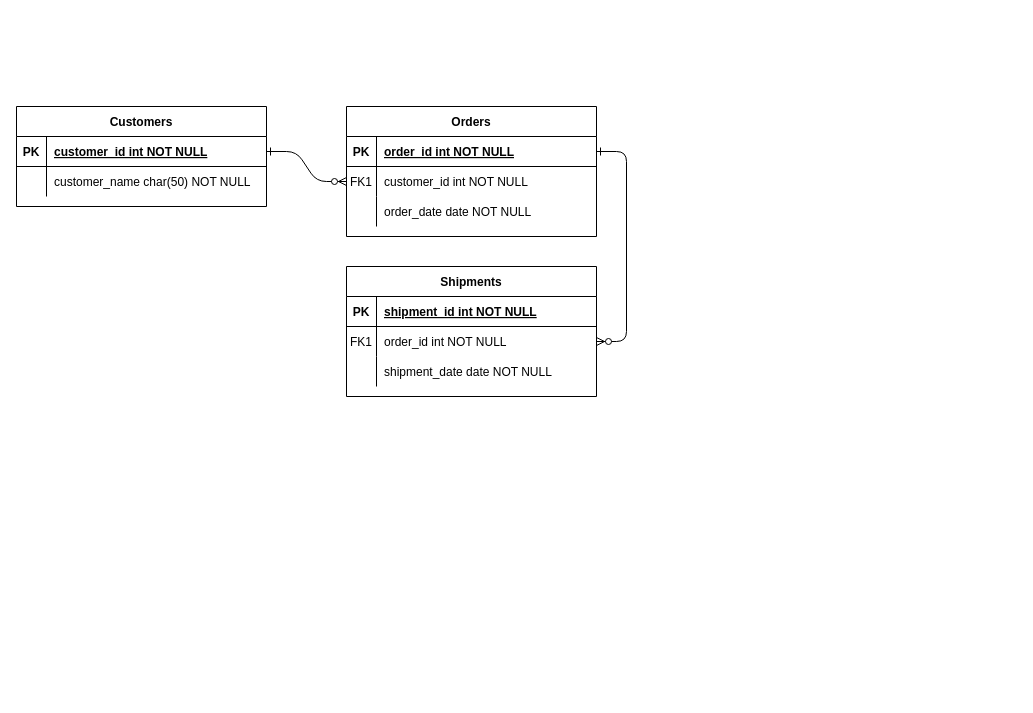
kawanji01/SandBox keeps this draw.io diagram as 名称未設定ファイル.drawio. Above is the earlier version. Source tidied: cells renumbered, new cells numbered last; positions are measured from the earlier drawing's top-left corner, leaving out a move shared by most shapes. Both pictures are drawn from the tidied source at 100%, with x=0, y=0 at pixel (16, 106).
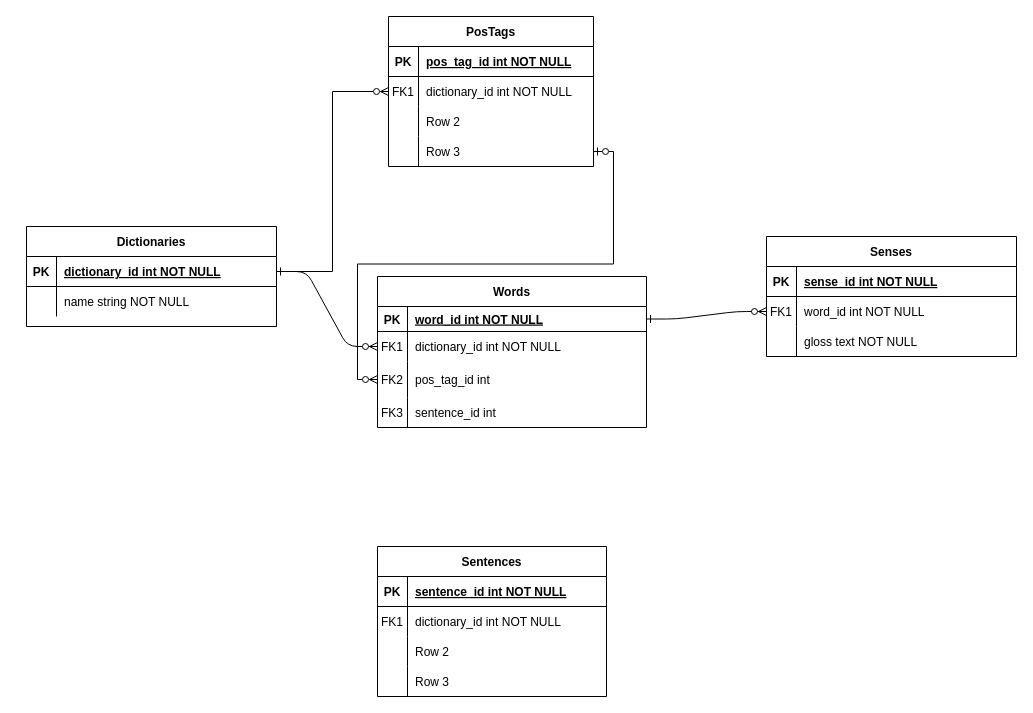
The same page after the edit.

Commit message:
名称未設定ファイル.drawio を更新します

The change refers to these unchanged cells:
```xml
<mxCell id="15" style="shape=partialRectangle;fillColor=none;top=0;left=0;right=0;bottom=1;" parent="14" vertex="1">
  <mxGeometry y="30" width="250" height="30" as="geometry" />
</mxCell>
<mxCell id="18" style="shape=partialRectangle;fillColor=none;points=[[0,0.5],[1,0.5]];portConstraint=eastwest;top=0;left=0;right=0;bottom=0;" parent="14" vertex="1">
  <mxGeometry y="60" width="250" height="30" as="geometry" />
</mxCell>
<mxCell id="21" style="shape=partialRectangle;fillColor=none;top=0;left=0;right=0;bottom=0;" parent="14" vertex="1">
  <mxGeometry y="90" width="250" height="30" as="geometry" />
</mxCell>
<mxCell id="25" style="shape=partialRectangle;fillColor=none;points=[[0,0.5],[1,0.5]];portConstraint=eastwest;top=0;left=0;right=0;bottom=1;" parent="24" vertex="1">
  <mxGeometry y="30" width="250" height="30" as="geometry" />
</mxCell>
<mxCell id="28" style="shape=partialRectangle;fillColor=none;top=0;left=0;right=0;bottom=0;" parent="24" vertex="1">
  <mxGeometry y="60" width="250" height="30" as="geometry" />
</mxCell>
```

Change to the diagram source:
```diff
@@
-    <mxCell id="4" value="Orders" style="shape=table;startSize=30;childLayout=tableLayout;rowLines=0;fontStyle=1;align=center;" parent="1" vertex="1">
-      <mxGeometry x="330" width="250" height="130" as="geometry" />
+    <mxCell id="4" value="Words" style="shape=table;startSize=30;childLayout=tableLayout;rowLines=0;fontStyle=1;align=center;" parent="1" vertex="1">
+      <mxGeometry x="361" y="170" width="269" height="151" as="geometry" />
     </mxCell>
     <mxCell id="5" style="shape=partialRectangle;fillColor=none;points=[[0,0.5],[1,0.5]];portConstraint=eastwest;top=0;left=0;right=0;bottom=1;" parent="4" vertex="1">
-      <mxGeometry y="30" width="250" height="30" as="geometry" />
+      <mxGeometry y="30" width="269" height="25" as="geometry" />
     </mxCell>
     <mxCell id="6" value="PK" style="shape=partialRectangle;overflow=hidden;fillColor=none;top=0;left=0;bottom=0;right=0;fontStyle=1;" parent="5" vertex="1">
-      <mxGeometry width="30" height="30" as="geometry" />
+      <mxGeometry width="30" height="25" as="geometry" />
     </mxCell>
-    <mxCell id="7" value="order_id int NOT NULL " style="shape=partialRectangle;overflow=hidden;fillColor=none;top=0;left=0;bottom=0;right=0;align=left;spacingLeft=6;fontStyle=5;" parent="5" vertex="1">
-      <mxGeometry x="30" width="220" height="30" as="geometry" />
+    <mxCell id="7" value="word_id int NOT NULL " style="shape=partialRectangle;overflow=hidden;fillColor=none;top=0;left=0;bottom=0;right=0;align=left;spacingLeft=6;fontStyle=5;" parent="5" vertex="1">
+      <mxGeometry x="30" width="239" height="25" as="geometry" />
     </mxCell>
     <mxCell id="8" style="shape=partialRectangle;fillColor=none;points=[[0,0.5],[1,0.5]];portConstraint=eastwest;top=0;left=0;right=0;bottom=0;" parent="4" vertex="1">
-      <mxGeometry y="60" width="250" height="30" as="geometry" />
+      <mxGeometry y="55" width="269" height="30" as="geometry" />
     </mxCell>
@@
-    <mxCell id="10" value="customer_id int NOT NULL" style="shape=partialRectangle;overflow=hidden;fillColor=none;top=0;left=0;bottom=0;right=0;align=left;spacingLeft=6;" parent="8" vertex="1">
-      <mxGeometry x="30" width="220" height="30" as="geometry" />
+    <mxCell id="10" value="dictionary_id int NOT NULL" style="shape=partialRectangle;overflow=hidden;fillColor=none;top=0;left=0;bottom=0;right=0;align=left;spacingLeft=6;" parent="8" vertex="1">
+      <mxGeometry x="30" width="239" height="30" as="geometry" />
     </mxCell>
     <mxCell id="11" style="shape=partialRectangle;fillColor=none;points=[[0,0.5],[1,0.5]];portConstraint=eastwest;top=0;left=0;right=0;bottom=0;" parent="4" vertex="1">
-      <mxGeometry y="90" width="250" height="30" as="geometry" />
+      <mxGeometry y="85" width="269" height="36" as="geometry" />
     </mxCell>
-    <mxCell id="12" style="shape=partialRectangle;overflow=hidden;fillColor=none;top=0;left=0;bottom=0;right=0;" parent="11" vertex="1">
-      <mxGeometry width="30" height="30" as="geometry" />
+    <mxCell id="12" value="FK2" style="shape=partialRectangle;overflow=hidden;fillColor=none;top=0;left=0;bottom=0;right=0;" parent="11" vertex="1">
+      <mxGeometry width="30" height="36" as="geometry" />
     </mxCell>
-    <mxCell id="13" value="order_date date NOT NULL" style="shape=partialRectangle;overflow=hidden;fillColor=none;top=0;left=0;bottom=0;right=0;align=left;spacingLeft=6;" parent="11" vertex="1">
-      <mxGeometry x="30" width="220" height="30" as="geometry" />
+    <mxCell id="13" value="pos_tag_id int " style="shape=partialRectangle;overflow=hidden;fillColor=none;top=0;left=0;bottom=0;right=0;align=left;spacingLeft=6;" parent="11" vertex="1">
+      <mxGeometry x="30" width="239" height="36" as="geometry" />
     </mxCell>
+    <mxCell id="31" style="shape=tableRow;horizontal=0;startSize=0;swimlaneHead=0;swimlaneBody=0;fillColor=none;top=0;left=0;right=0;bottom=0;" parent="4" vertex="1">
+      <mxGeometry y="121" width="269" height="30" as="geometry" />
+    </mxCell>
+    <mxCell id="32" value="FK3" style="shape=partialRectangle;fillColor=none;top=0;left=0;bottom=0;right=0;fontStyle=0;overflow=hidden;" parent="31" vertex="1">
+      <mxGeometry width="30" height="30" as="geometry" />
+    </mxCell>
+    <mxCell id="33" value="sentence_id int" style="shape=partialRectangle;fillColor=none;top=0;left=0;bottom=0;right=0;align=left;spacingLeft=6;fontStyle=0;overflow=hidden;" parent="31" vertex="1">
+      <mxGeometry x="30" width="239" height="30" as="geometry" />
+    </mxCell>
-    <mxCell id="14" value="Shipments" style="shape=table;startSize=30;childLayout=tableLayout;rowLines=0;fontStyle=1;align=center;" parent="1" vertex="1">
-      <mxGeometry x="330" y="160" width="250" height="130" as="geometry" />
+    <mxCell id="14" value="Senses" style="shape=table;startSize=30;childLayout=tableLayout;rowLines=0;fontStyle=1;align=center;" parent="1" vertex="1">
+      <mxGeometry x="750" y="130" width="250" height="120" as="geometry" />
     </mxCell>
@@
-    <mxCell id="17" value="shipment_id int NOT NULL " style="shape=partialRectangle;overflow=hidden;fillColor=none;top=0;left=0;bottom=0;right=0;align=left;spacingLeft=6;fontStyle=5;" parent="15" vertex="1">
+    <mxCell id="17" value="sense_id int NOT NULL " style="shape=partialRectangle;overflow=hidden;fillColor=none;top=0;left=0;bottom=0;right=0;align=left;spacingLeft=6;fontStyle=5;" parent="15" vertex="1">
       <mxGeometry x="30" width="220" height="30" as="geometry" />
     </mxCell>
@@
-    <mxCell id="20" value="order_id int NOT NULL" style="shape=partialRectangle;overflow=hidden;fillColor=none;top=0;left=0;bottom=0;right=0;align=left;spacingLeft=6;" parent="18" vertex="1">
+    <mxCell id="20" value="word_id int NOT NULL" style="shape=partialRectangle;overflow=hidden;fillColor=none;top=0;left=0;bottom=0;right=0;align=left;spacingLeft=6;" parent="18" vertex="1">
       <mxGeometry x="30" width="220" height="30" as="geometry" />
     </mxCell>
@@
-    <mxCell id="23" value="shipment_date date NOT NULL" style="shape=partialRectangle;overflow=hidden;fillColor=none;top=0;left=0;bottom=0;right=0;align=left;spacingLeft=6;" parent="21" vertex="1">
+    <mxCell id="23" value="gloss text NOT NULL" style="shape=partialRectangle;overflow=hidden;fillColor=none;top=0;left=0;bottom=0;right=0;align=left;spacingLeft=6;" parent="21" vertex="1">
       <mxGeometry x="30" width="220" height="30" as="geometry" />
     </mxCell>
-    <mxCell id="24" value="Customers" style="shape=table;startSize=30;childLayout=tableLayout;rowLines=0;fontStyle=1;align=center;" parent="1" vertex="1">
-      <mxGeometry width="250" height="100" as="geometry" />
+    <mxCell id="24" value="Dictionaries" style="shape=table;startSize=30;childLayout=tableLayout;rowLines=0;fontStyle=1;align=center;" parent="1" vertex="1">
+      <mxGeometry x="10" y="120" width="250" height="100" as="geometry" />
     </mxCell>
@@
-    <mxCell id="27" value="customer_id int NOT NULL " style="shape=partialRectangle;overflow=hidden;fillColor=none;top=0;left=0;bottom=0;right=0;align=left;spacingLeft=6;fontStyle=5;" parent="25" vertex="1">
+    <mxCell id="27" value="dictionary_id int NOT NULL " style="shape=partialRectangle;overflow=hidden;fillColor=none;top=0;left=0;bottom=0;right=0;align=left;spacingLeft=6;fontStyle=5;" parent="25" vertex="1">
       <mxGeometry x="30" width="220" height="30" as="geometry" />
     </mxCell>
@@
-    <mxCell id="30" value="customer_name char(50) NOT NULL" style="shape=partialRectangle;overflow=hidden;fillColor=none;top=0;left=0;bottom=0;right=0;align=left;spacingLeft=6;" parent="28" vertex="1">
+    <mxCell id="30" value="name string NOT NULL" style="shape=partialRectangle;overflow=hidden;fillColor=none;top=0;left=0;bottom=0;right=0;align=left;spacingLeft=6;" parent="28" vertex="1">
       <mxGeometry x="30" width="220" height="30" as="geometry" />
     </mxCell>
+    <mxCell id="34" value="PosTags" style="shape=table;startSize=30;childLayout=tableLayout;rowLines=0;fontStyle=1;align=center;" parent="1" vertex="1">
+      <mxGeometry x="372" y="-90" width="205" height="150" as="geometry" />
+    </mxCell>
+    <mxCell id="35" style="shape=tableRow;horizontal=0;startSize=0;swimlaneHead=0;swimlaneBody=0;fillColor=none;top=0;left=0;right=0;bottom=1;" parent="34" vertex="1">
+      <mxGeometry y="30" width="205" height="30" as="geometry" />
+    </mxCell>
+    <mxCell id="36" value="PK" style="shape=partialRectangle;fillColor=none;top=0;left=0;bottom=0;right=0;fontStyle=1;overflow=hidden;" parent="35" vertex="1">
+      <mxGeometry width="30" height="30" as="geometry" />
+    </mxCell>
+    <mxCell id="37" value="pos_tag_id int NOT NULL" style="shape=partialRectangle;fillColor=none;top=0;left=0;bottom=0;right=0;align=left;spacingLeft=6;fontStyle=5;overflow=hidden;" parent="35" vertex="1">
+      <mxGeometry x="30" width="175" height="30" as="geometry" />
+    </mxCell>
+    <mxCell id="38" style="shape=tableRow;horizontal=0;startSize=0;swimlaneHead=0;swimlaneBody=0;fillColor=none;points=[[0,0.5],[1,0.5]];portConstraint=eastwest;top=0;left=0;right=0;bottom=0;" parent="34" vertex="1">
+      <mxGeometry y="60" width="205" height="30" as="geometry" />
+    </mxCell>
+    <mxCell id="39" value="FK1" style="shape=partialRectangle;fillColor=none;top=0;left=0;bottom=0;right=0;overflow=hidden;" parent="38" vertex="1">
+      <mxGeometry width="30" height="30" as="geometry" />
+    </mxCell>
+    <mxCell id="40" value="dictionary_id int NOT NULL" style="shape=partialRectangle;fillColor=none;top=0;left=0;bottom=0;right=0;align=left;spacingLeft=6;overflow=hidden;" parent="38" vertex="1">
+      <mxGeometry x="30" width="175" height="30" as="geometry" />
+    </mxCell>
+    <mxCell id="41" style="shape=tableRow;horizontal=0;startSize=0;swimlaneHead=0;swimlaneBody=0;fillColor=none;top=0;left=0;right=0;bottom=0;" parent="34" vertex="1">
+      <mxGeometry y="90" width="205" height="30" as="geometry" />
+    </mxCell>
+    <mxCell id="42" style="shape=partialRectangle;fillColor=none;top=0;left=0;bottom=0;right=0;overflow=hidden;" parent="41" vertex="1">
+      <mxGeometry width="30" height="30" as="geometry" />
+    </mxCell>
+    <mxCell id="43" value="Row 2" style="shape=partialRectangle;fillColor=none;top=0;left=0;bottom=0;right=0;align=left;spacingLeft=6;overflow=hidden;" parent="41" vertex="1">
+      <mxGeometry x="30" width="175" height="30" as="geometry" />
+    </mxCell>
+    <mxCell id="44" style="shape=tableRow;horizontal=0;startSize=0;swimlaneHead=0;swimlaneBody=0;fillColor=none;points=[[0,0.5],[1,0.5]];portConstraint=eastwest;top=0;left=0;right=0;bottom=0;" parent="34" vertex="1">
+      <mxGeometry y="120" width="205" height="30" as="geometry" />
+    </mxCell>
+    <mxCell id="45" style="shape=partialRectangle;fillColor=none;top=0;left=0;bottom=0;right=0;overflow=hidden;" parent="44" vertex="1">
+      <mxGeometry width="30" height="30" as="geometry" />
+    </mxCell>
+    <mxCell id="46" value="Row 3" style="shape=partialRectangle;fillColor=none;top=0;left=0;bottom=0;right=0;align=left;spacingLeft=6;overflow=hidden;" parent="44" vertex="1">
+      <mxGeometry x="30" width="175" height="30" as="geometry" />
+    </mxCell>
+    <mxCell id="47" style="edgeStyle=orthogonalEdgeStyle;rounded=0;jettySize=auto;html=1;exitX=1;exitY=0.5;exitDx=0;exitDy=0;entryX=0;entryY=0.5;entryDx=0;entryDy=0;endArrow=ERzeroToMany;endFill=0;" parent="1" edge="1" source="25" target="38">
+      <mxGeometry relative="1" as="geometry" />
+    </mxCell>
+    <mxCell id="48" style="edgeStyle=orthogonalEdgeStyle;rounded=0;jettySize=auto;html=1;entryX=0;entryY=0.5;entryDx=0;entryDy=0;endArrow=ERzeroToMany;endFill=0;startArrow=ERzeroToOne;startFill=0;" parent="1" edge="1" source="44" target="11">
+      <mxGeometry relative="1" as="geometry" />
+    </mxCell>
+    <mxCell id="49" value="Sentences" style="shape=table;startSize=30;childLayout=tableLayout;rowLines=0;fontStyle=1;align=center;" parent="1" vertex="1">
+      <mxGeometry x="361" y="440" width="229" height="150" as="geometry" />
+    </mxCell>
+    <mxCell id="50" style="shape=tableRow;horizontal=0;startSize=0;swimlaneHead=0;swimlaneBody=0;fillColor=none;top=0;left=0;right=0;bottom=1;" parent="49" vertex="1">
+      <mxGeometry y="30" width="229" height="30" as="geometry" />
+    </mxCell>
+    <mxCell id="51" value="PK" style="shape=partialRectangle;fillColor=none;top=0;left=0;bottom=0;right=0;fontStyle=1;overflow=hidden;" parent="50" vertex="1">
+      <mxGeometry width="30" height="30" as="geometry" />
+    </mxCell>
+    <mxCell id="52" value="sentence_id int NOT NULL" style="shape=partialRectangle;fillColor=none;top=0;left=0;bottom=0;right=0;align=left;spacingLeft=6;fontStyle=5;overflow=hidden;" parent="50" vertex="1">
+      <mxGeometry x="30" width="199" height="30" as="geometry" />
+    </mxCell>
+    <mxCell id="53" style="shape=tableRow;horizontal=0;startSize=0;swimlaneHead=0;swimlaneBody=0;fillColor=none;top=0;left=0;right=0;bottom=0;" parent="49" vertex="1">
+      <mxGeometry y="60" width="229" height="30" as="geometry" />
+    </mxCell>
+    <mxCell id="54" value="FK1" style="shape=partialRectangle;fillColor=none;top=0;left=0;bottom=0;right=0;overflow=hidden;" parent="53" vertex="1">
+      <mxGeometry width="30" height="30" as="geometry" />
+    </mxCell>
+    <mxCell id="55" value="dictionary_id int NOT NULL" style="shape=partialRectangle;fillColor=none;top=0;left=0;bottom=0;right=0;align=left;spacingLeft=6;overflow=hidden;" parent="53" vertex="1">
+      <mxGeometry x="30" width="199" height="30" as="geometry" />
+    </mxCell>
+    <mxCell id="56" style="shape=tableRow;horizontal=0;startSize=0;swimlaneHead=0;swimlaneBody=0;fillColor=none;top=0;left=0;right=0;bottom=0;" parent="49" vertex="1">
+      <mxGeometry y="90" width="229" height="30" as="geometry" />
+    </mxCell>
+    <mxCell id="57" style="shape=partialRectangle;fillColor=none;top=0;left=0;bottom=0;right=0;overflow=hidden;" parent="56" vertex="1">
+      <mxGeometry width="30" height="30" as="geometry" />
+    </mxCell>
+    <mxCell id="58" value="Row 2" style="shape=partialRectangle;fillColor=none;top=0;left=0;bottom=0;right=0;align=left;spacingLeft=6;overflow=hidden;" parent="56" vertex="1">
+      <mxGeometry x="30" width="199" height="30" as="geometry" />
+    </mxCell>
+    <mxCell id="59" style="shape=tableRow;horizontal=0;startSize=0;swimlaneHead=0;swimlaneBody=0;fillColor=none;top=0;left=0;right=0;bottom=0;" parent="49" vertex="1">
+      <mxGeometry y="120" width="229" height="30" as="geometry" />
+    </mxCell>
+    <mxCell id="60" style="shape=partialRectangle;fillColor=none;top=0;left=0;bottom=0;right=0;overflow=hidden;" parent="59" vertex="1">
+      <mxGeometry width="30" height="30" as="geometry" />
+    </mxCell>
+    <mxCell id="61" value="Row 3" style="shape=partialRectangle;fillColor=none;top=0;left=0;bottom=0;right=0;align=left;spacingLeft=6;overflow=hidden;" parent="59" vertex="1">
+      <mxGeometry x="30" width="199" height="30" as="geometry" />
+    </mxCell>
```
